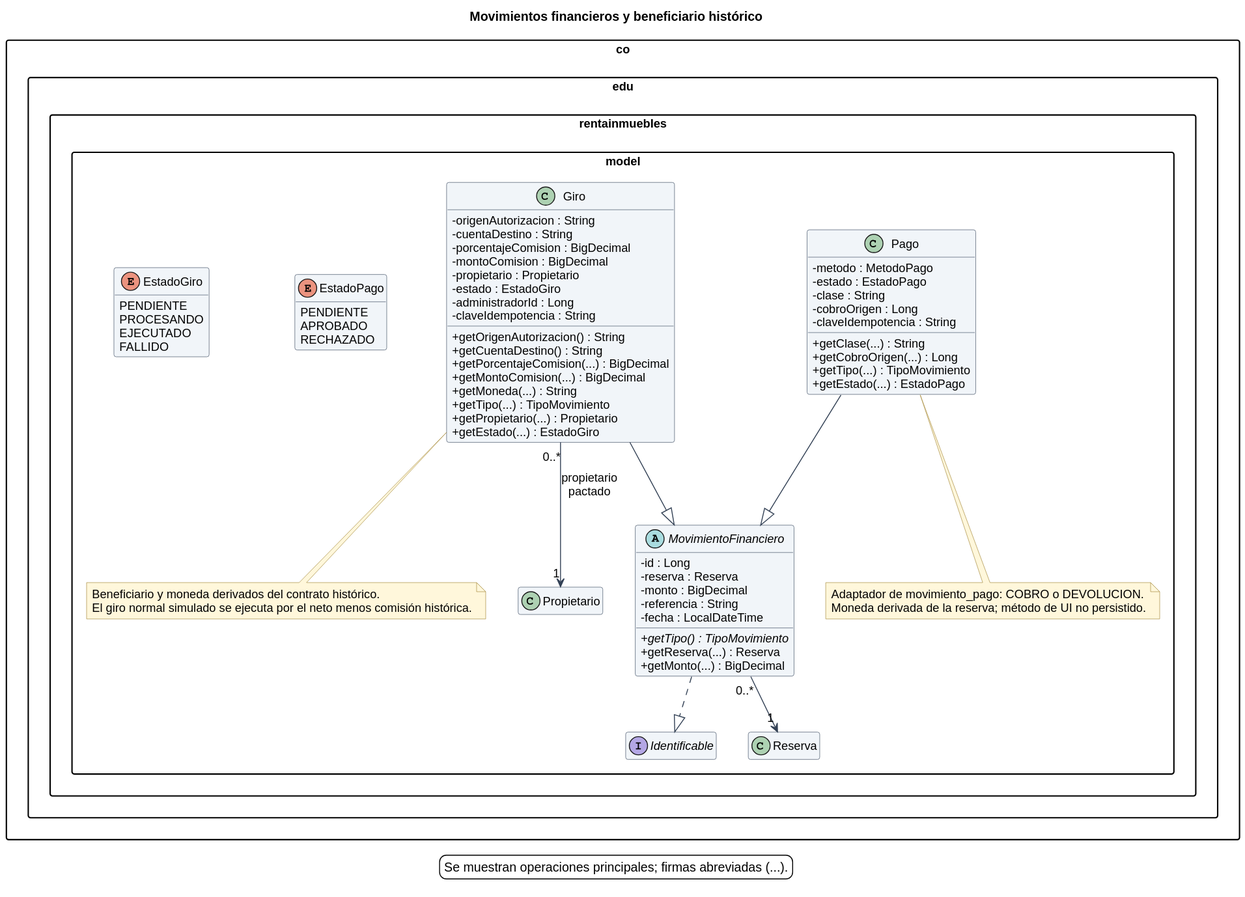
This is docs/diagramas/16_clases_finanzas.svg from Davidjp11p07/DayNest, a PlantUML export, as it was before one commit.
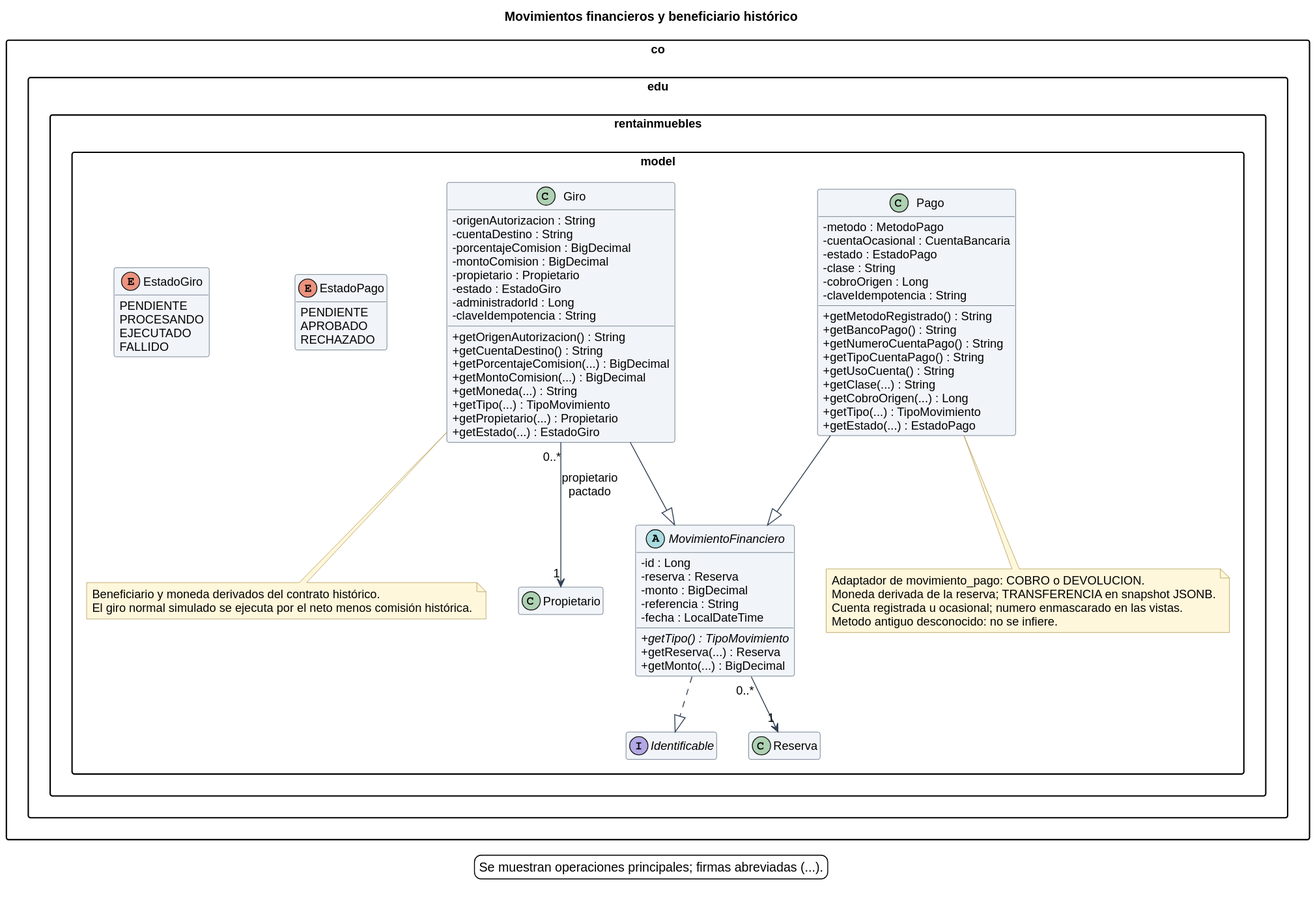
After the commit.

The edit, as a diff of the source:
```diff
@@ -1,5 +1,4 @@
 @startuml
-skinparamlocked metana null
 !include estilo.iuml
 title Movimientos financieros y beneficiario histórico
 package "co.edu.rentainmuebles.model" {
@@ -18,6 +17,12 @@
 }
 class Pago {
   -metodo : MetodoPago
+  -cuentaOcasional : CuentaBancaria
+  +getMetodoRegistrado() : String
+  +getBancoPago() : String
+  +getNumeroCuentaPago() : String
+  +getTipoCuentaPago() : String
+  +getUsoCuenta() : String
   -estado : EstadoPago
   -clase : String
   -cobroOrigen : Long
@@ -63,7 +68,9 @@
 Giro "0..*" --> "1" Propietario : propietario pactado
 note bottom of Pago
   Adaptador de movimiento_pago: COBRO o DEVOLUCION.
-  Moneda derivada de la reserva; método de UI no persistido.
+  Moneda derivada de la reserva; TRANSFERENCIA en snapshot JSONB.
+  Cuenta registrada u ocasional; numero enmascarado en las vistas.
+  Metodo antiguo desconocido: no se infiere.
 end note
 note bottom of Giro
   Beneficiario y moneda derivados del contrato histórico.
```
